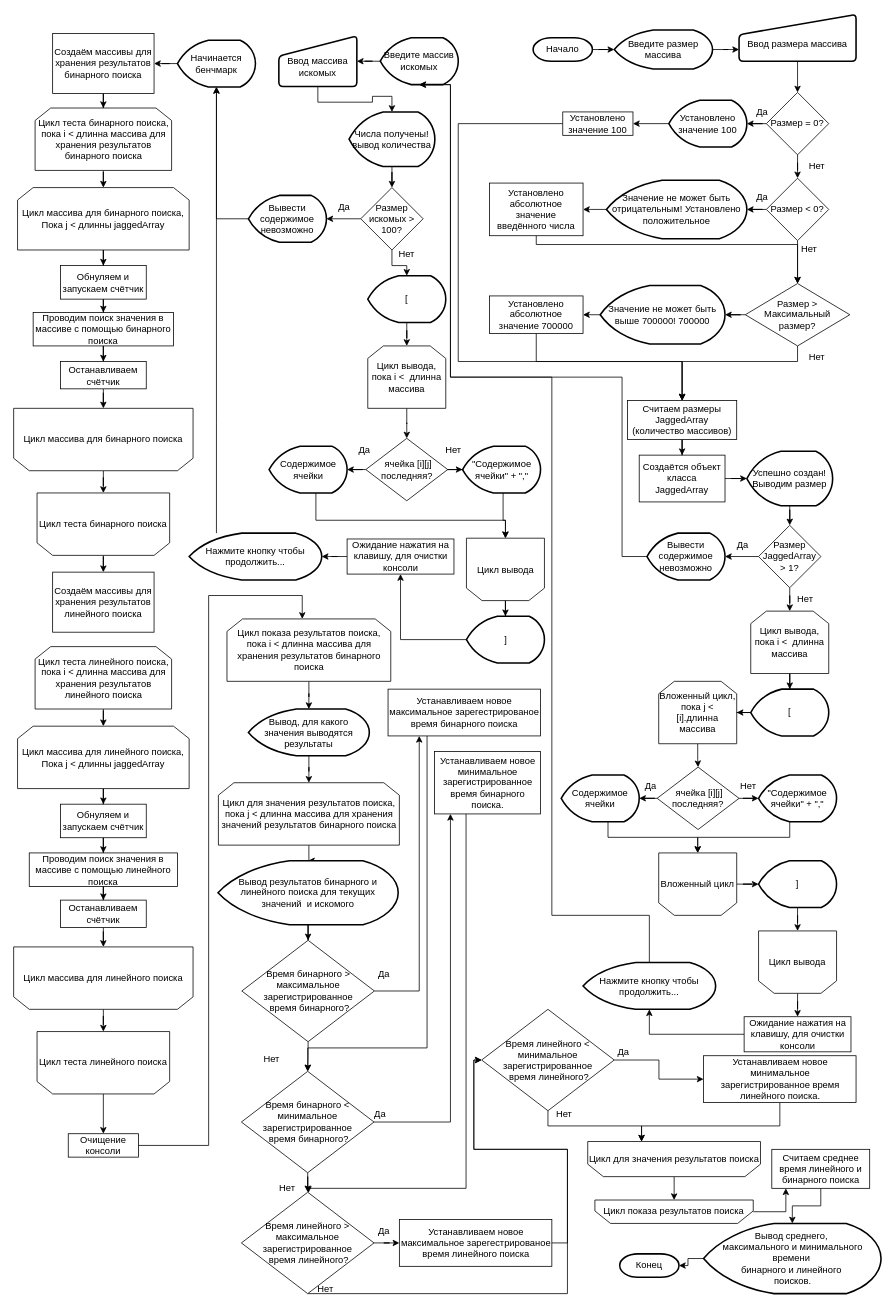
Earlier version of the draw.io diagram АНАЛИЗ АЛГОРИТМА БИНАРНОГО ПОИСКА.drawio (olegzig/OAIP-course-work). Source tidied: cells renumbered, new cells numbered last; positions are measured from the earlier drawing's top-left corner, leaving out a move shared by most shapes. Both pictures are drawn from the tidied source at 78%, with x=0, y=0 at pixel (13, 14).
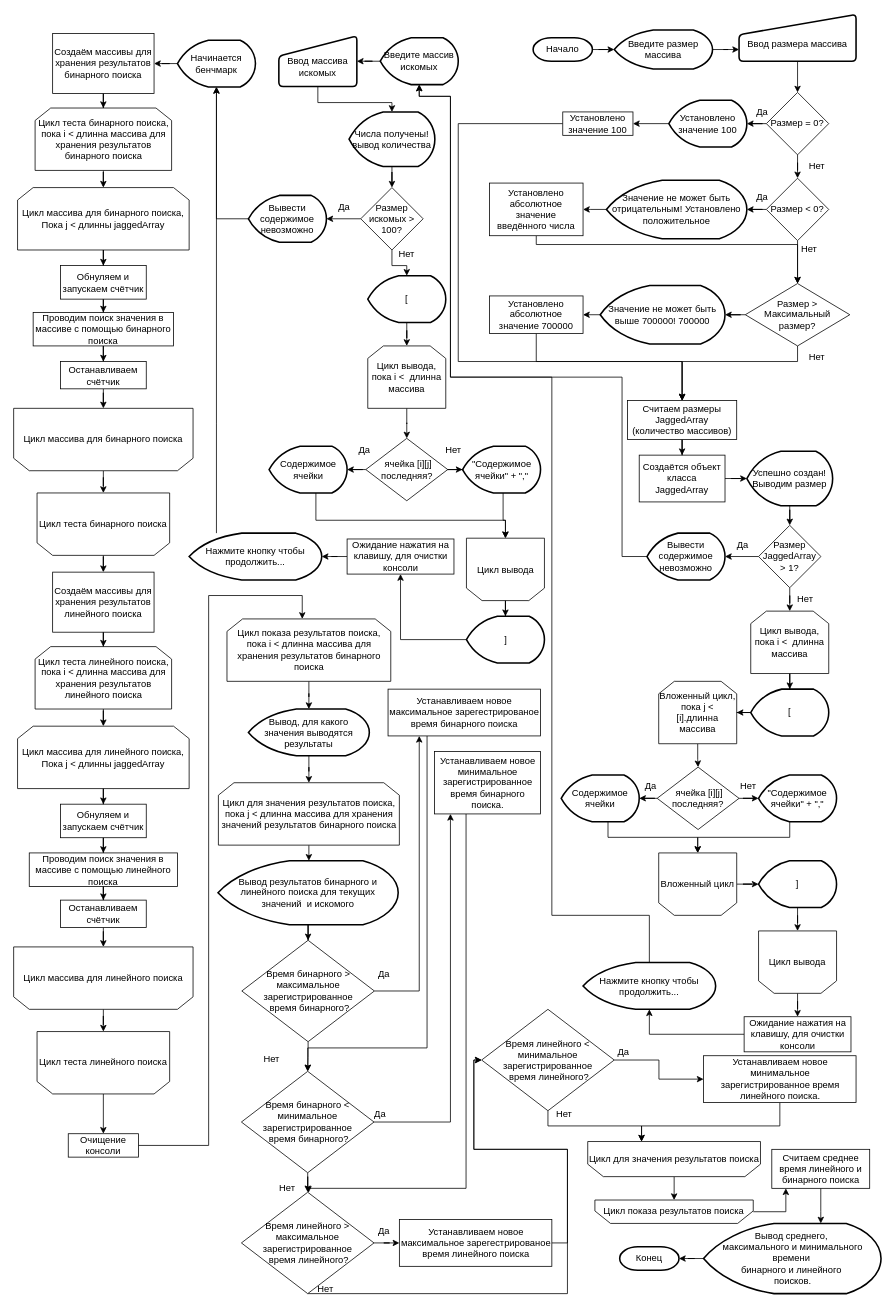
Above is the later version.

Unchanged cells that the change refers to:
```xml
<mxCell id="43" value="Вывести содержимое невозможно" style="strokeWidth=2;html=1;shape=mxgraph.flowchart.display;whiteSpace=wrap;" parent="1" vertex="1">
  <mxGeometry x="812" y="665" width="100" height="60" as="geometry" />
</mxCell>
<mxCell id="68" value="Введите массив искомых" style="strokeWidth=2;html=1;shape=mxgraph.flowchart.display;whiteSpace=wrap;" parent="1" vertex="1">
  <mxGeometry x="470" y="30" width="100" height="60" as="geometry" />
</mxCell>
<mxCell id="71" value="&lt;div&gt;&lt;br&gt;&lt;/div&gt;Ввод массива искомых" style="html=1;strokeWidth=2;shape=manualInput;whiteSpace=wrap;rounded=1;size=26;arcSize=11;" parent="1" vertex="1">
  <mxGeometry x="340" y="27.5" width="100" height="65" as="geometry" />
</mxCell>
<mxCell id="74" value="Числа получены! вывод количества" style="strokeWidth=2;html=1;shape=mxgraph.flowchart.display;whiteSpace=wrap;" parent="1" vertex="1">
  <mxGeometry x="430" y="125" width="110" height="70" as="geometry" />
</mxCell>
<mxCell id="118" value="Создаём массивы для хранения результатов линейного поиска" style="rounded=0;whiteSpace=wrap;html=1;" parent="1" vertex="1">
  <mxGeometry x="50" y="715" width="130" height="77" as="geometry" />
</mxCell>
<mxCell id="120" value="Цикл теста линейного поиска,&lt;div&gt;пока i &amp;lt; длинна массива для хранения результатов линейного поиска&lt;/div&gt;" style="shape=loopLimit;whiteSpace=wrap;html=1;" parent="1" vertex="1">
  <mxGeometry x="27.5" y="810.5" width="175" height="80" as="geometry" />
</mxCell>
<mxCell id="140" value="Нажмите кнопку чтобы продолжить..." style="strokeWidth=2;html=1;shape=mxgraph.flowchart.display;whiteSpace=wrap;" parent="1" vertex="1">
  <mxGeometry x="730" y="1215.5" width="170" height="60" as="geometry" />
</mxCell>
<mxCell id="146" value="Цикл для значения результатов поиска,&lt;div&gt;пока j &amp;lt; длинна массива для хранения значений результатов бинарного поиска&lt;/div&gt;" style="shape=loopLimit;whiteSpace=wrap;html=1;" parent="1" vertex="1">
  <mxGeometry x="262.5" y="985" width="232" height="80" as="geometry" />
</mxCell>
<mxCell id="148" value="Вывод результатов бинарного и линейного поиска для текущих значений&amp;nbsp; и искомого" style="strokeWidth=2;html=1;shape=mxgraph.flowchart.display;whiteSpace=wrap;" parent="1" vertex="1">
  <mxGeometry x="262" y="1085" width="231" height="82" as="geometry" />
</mxCell>
<mxCell id="177" value="Считаем среднее время линейного и бинарного поиска" style="rounded=0;whiteSpace=wrap;html=1;" parent="1" vertex="1">
  <mxGeometry x="972" y="1455" width="125.5" height="50" as="geometry" />
</mxCell>
<mxCell id="180" value="Вывод среднего,&amp;nbsp;&lt;div&gt;максимального и минимального времени&amp;nbsp;&lt;div&gt;бинарного и линейного&amp;nbsp;&lt;/div&gt;&lt;div&gt;поисков.&lt;br&gt;&lt;/div&gt;&lt;/div&gt;" style="strokeWidth=2;html=1;shape=mxgraph.flowchart.display;whiteSpace=wrap;" parent="1" vertex="1">
  <mxGeometry x="884.5" y="1550" width="227.5" height="90" as="geometry" />
</mxCell>
```

Diff of the diagram source:
```diff
@@
     <mxCell id="69" style="edgeStyle=orthogonalEdgeStyle;rounded=0;jettySize=auto;html=1;entryX=0.5;entryY=1;entryDx=0;entryDy=0;entryPerimeter=0;" parent="1" edge="1" source="140" target="68">
       <mxGeometry relative="1" as="geometry">
         <Array as="points">
           <mxPoint x="815" y="1155" />
           <mxPoint x="690" y="1155" />
           <mxPoint x="690" y="465" />
           <mxPoint x="560" y="465" />
-          <mxPoint x="560" y="90" />
+          <mxPoint x="560" y="105" />
+          <mxPoint x="520" y="105" />
         </Array>
       </mxGeometry>
     </mxCell>
     <mxCell id="70" style="edgeStyle=orthogonalEdgeStyle;rounded=0;jettySize=auto;html=1;" parent="1" edge="1" source="71" target="74">
-      <mxGeometry relative="1" as="geometry" />
+      <mxGeometry relative="1" as="geometry">
+        <Array as="points">
+          <mxPoint x="390" y="113" />
+          <mxPoint x="485" y="113" />
+        </Array>
+      </mxGeometry>
     </mxCell>
@@
     <mxCell id="72" style="edgeStyle=orthogonalEdgeStyle;rounded=0;jettySize=auto;html=1;entryX=0.5;entryY=1;entryDx=0;entryDy=0;entryPerimeter=0;" parent="1" edge="1" source="43" target="68">
       <mxGeometry relative="1" as="geometry">
         <Array as="points">
           <mxPoint x="780" y="695" />
           <mxPoint x="780" y="465" />
           <mxPoint x="560" y="465" />
-          <mxPoint x="560" y="90" />
+          <mxPoint x="560" y="105" />
+          <mxPoint x="520" y="105" />
         </Array>
       </mxGeometry>
     </mxCell>
@@
+    <mxCell id="186" style="edgeStyle=orthogonalEdgeStyle;rounded=0;jettySize=auto;html=1;" parent="1" edge="1" source="118" target="120">
+      <mxGeometry relative="1" as="geometry" />
+    </mxCell>
@@
     <mxCell id="145" style="edgeStyle=orthogonalEdgeStyle;rounded=0;jettySize=auto;html=1;" parent="1" edge="1" source="146" target="148">
-      <mxGeometry relative="1" as="geometry" />
+      <mxGeometry relative="1" as="geometry">
+        <Array as="points">
+          <mxPoint x="380" y="1085" />
+          <mxPoint x="380" y="1085" />
+        </Array>
+      </mxGeometry>
     </mxCell>
@@
     <mxCell id="176" style="edgeStyle=orthogonalEdgeStyle;rounded=0;jettySize=auto;html=1;" parent="1" edge="1" source="177" target="180">
-      <mxGeometry relative="1" as="geometry" />
+      <mxGeometry relative="1" as="geometry">
+        <Array as="points">
+          <mxPoint x="1035" y="1535" />
+          <mxPoint x="1035" y="1535" />
+        </Array>
+      </mxGeometry>
     </mxCell>
@@
     <mxCell id="181" value="Конец" style="strokeWidth=2;html=1;shape=mxgraph.flowchart.terminator;whiteSpace=wrap;" parent="1" vertex="1">
-      <mxGeometry x="777" y="1589" width="76" height="30" as="geometry" />
+      <mxGeometry x="777" y="1580" width="76" height="30" as="geometry" />
     </mxCell>
```
